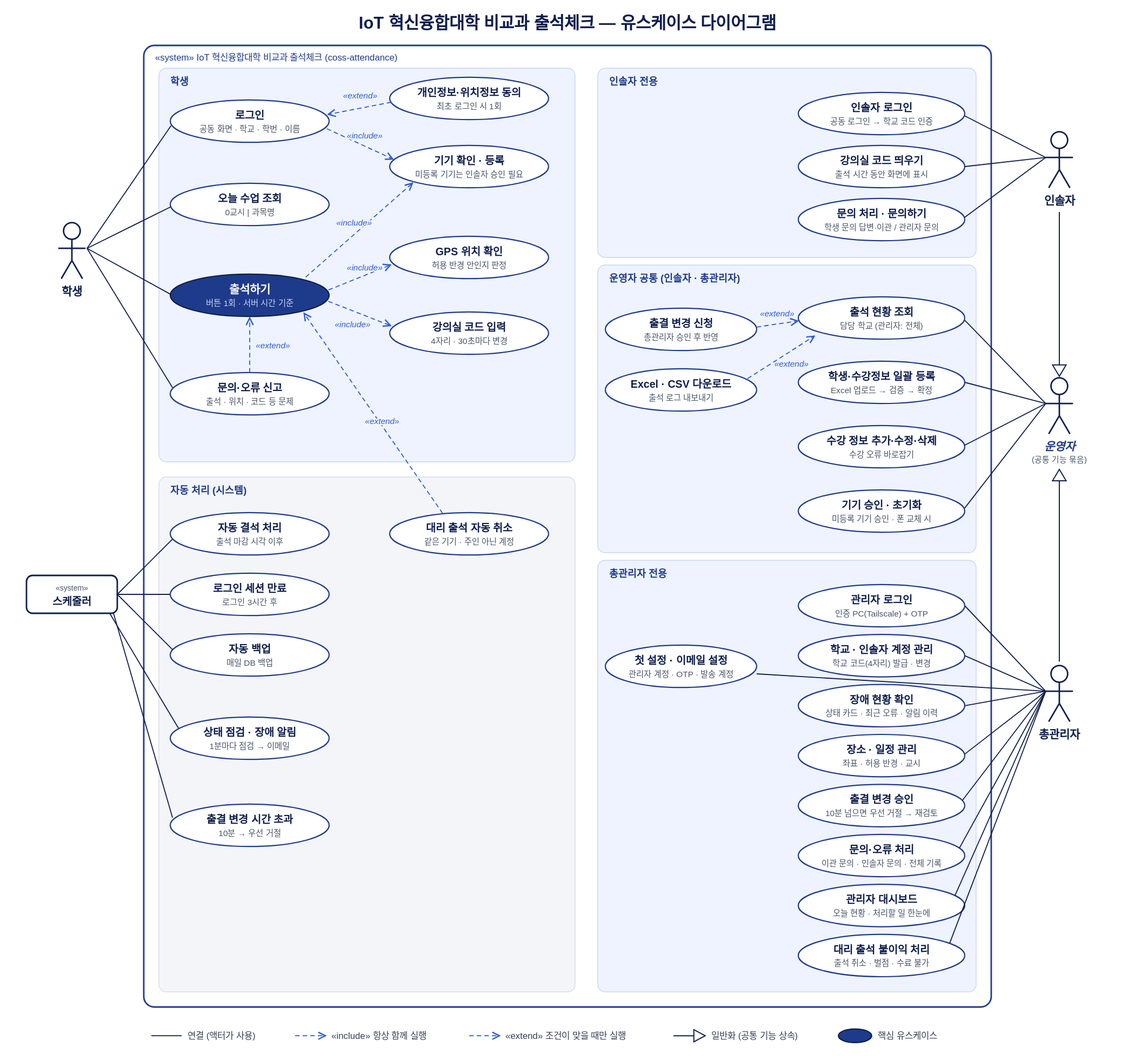
The PlantUML diagram docs/diagrams/usecase.svg in KimS2H/coss-attendance, before a commit. Its source is kept beside it as docs/diagrams/usecase.puml. Source of this version:
```plantuml
@startuml usecase
left to right direction
skinparam shadowing false
skinparam defaultFontName "Malgun Gothic"
skinparam usecase {
  BackgroundColor #FFFFFF
  BorderColor #1E3A8A
  FontColor #0F1F4D
}
skinparam actorBorderColor #0F1F4D
skinparam packageBorderColor #C9D6F2
skinparam rectangleBorderColor #1E3A8A
skinparam ArrowColor #0F1F4D

actor "학생" as Student
actor "인솔자" as Leader
actor "운영자\n(공통 기능 묶음)" as Operator <<abstract>>
actor "총관리자" as Admin
actor "스케줄러" as Scheduler <<system>>

Leader --|> Operator
Admin --|> Operator

rectangle "🎓 IoT 혁신융합대학 비교과 출석체크 (coss-attendance)" {

  package "학생" {
    usecase "로그인\n(공동 화면·학교·학번·이름)" as S01
    usecase "개인정보·위치정보 동의\n(최초 1회)" as S02
    usecase "기기 확인·등록\n(미등록 기기는 인솔자 승인)" as S03
    usecase "오늘 수업 조회\n(0교시 | 과목명)" as S04
    usecase "출석하기" as S05 #1E3A8A;text:white
    usecase "GPS 위치 확인" as S06
    usecase "강의실 코드 입력\n(4자리·30초 변경)" as S07
    usecase "문의·오류 신고\n(출석·위치·코드 등)" as S08
  }

  package "인솔자 전용" {
    usecase "인솔자 로그인\n(공동 로그인 → 학교 코드 인증)" as T01
    usecase "강의실 코드 띄우기" as T02
    usecase "문의 처리 · 문의하기\n(학생 문의 답변·이관 / 관리자 문의)" as T03
  }

  package "운영자 공통" {
    usecase "출석 현황 조회\n(담당 학교 / 관리자: 전체)" as O01
    usecase "출결 변경 신청\n(총관리자 승인 후 반영)" as O02
    usecase "Excel·CSV 다운로드" as O03
    usecase "학생·수강정보 일괄 등록\n(Excel)" as O04
    usecase "수강 정보 추가·수정·삭제" as O05
    usecase "기기 승인·초기화\n(미등록 기기 승인·폰 교체)" as O06
  }

  package "총관리자 전용" {
    usecase "관리자 로그인\n(Tailscale + OTP)" as A01
    usecase "학교·인솔자 계정 관리\n(학교 코드 발급·변경)" as A02
    usecase "장애 현황 확인" as A03
    usecase "장소·일정 관리\n(좌표·반경·교시)" as A05
    usecase "출결 변경 승인\n(승인·미승인)" as A06
    usecase "문의·오류 처리\n(이관 문의·인솔자 문의·전체 기록)" as A07
    usecase "관리자 대시보드" as A08
    usecase "대리 출석 불이익 처리\n(벌점·수료 불가)" as A09
    usecase "첫 설정 · 이메일 설정\n(관리자 계정·OTP·발송 계정)" as A10
  }

  package "자동 처리" {
    usecase "자동 결석 처리" as X01
    usecase "로그인 세션 만료\n(3시간)" as X02
    usecase "자동 백업" as X03
    usecase "상태 점검·장애 알림\n(1분마다 → 이메일)" as X04
    usecase "대리 출석 자동 취소\n(같은 기기 · 주인 아닌 계정)" as X06
    usecase "출결 변경 시간 초과 처리\n(10분 → 우선 거절)" as X07
  }
}

Student --> S01
Student --> S04
Student --> S05
Student --> S08
S01 ..> S03 : <<include>>
S02 ..> S01 : <<extend>>
S05 ..> S03 : <<include>>
S05 ..> S06 : <<include>>
S05 ..> S07 : <<include>>
S08 ..> S05 : <<extend>>

Leader --> T01
Leader --> T02
Leader --> T03

Operator --> O01
Operator --> O04
Operator --> O05
Operator --> O06
O02 ..> O01 : <<extend>>
O03 ..> O01 : <<extend>>

Admin --> A01
Admin --> A02
Admin --> A03
Admin --> A05
Admin --> A06
Admin --> A07
Admin --> A08
Admin --> A09
Admin --> A10

Scheduler --> X01
Scheduler --> X02
Scheduler --> X03
Scheduler --> X07
Scheduler --> X04
X06 ..> S05 : <<extend>>

@enduml
```
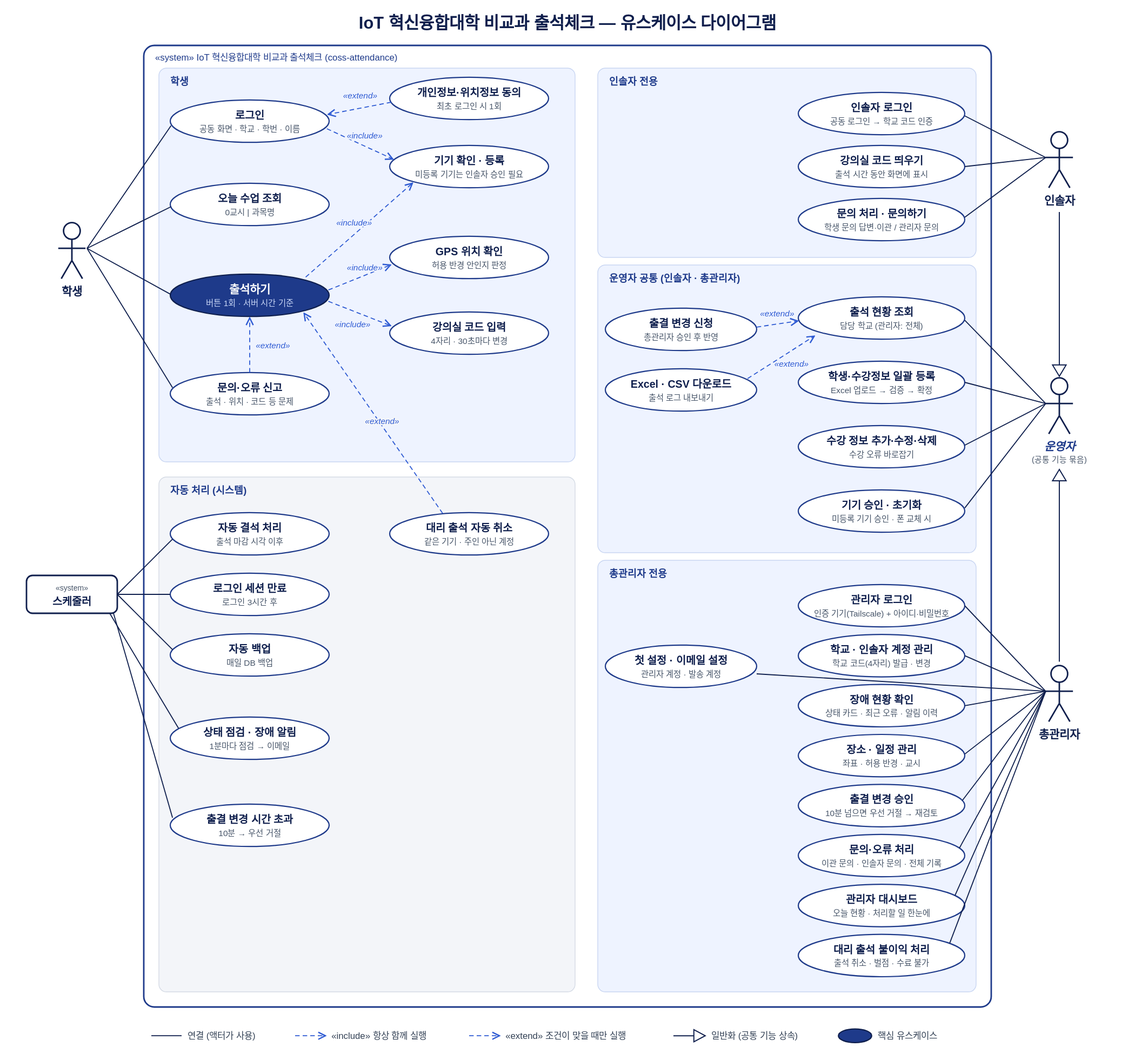
The same file after the commit.

What changed in the source:
```diff
@@ -50,7 +50,7 @@
   }
 
   package "총관리자 전용" {
-    usecase "관리자 로그인\n(Tailscale + OTP)" as A01
+    usecase "관리자 로그인\n(Tailscale + 아이디·비밀번호)" as A01
     usecase "학교·인솔자 계정 관리\n(학교 코드 발급·변경)" as A02
     usecase "장애 현황 확인" as A03
     usecase "장소·일정 관리\n(좌표·반경·교시)" as A05
@@ -58,7 +58,7 @@
     usecase "문의·오류 처리\n(이관 문의·인솔자 문의·전체 기록)" as A07
     usecase "관리자 대시보드" as A08
     usecase "대리 출석 불이익 처리\n(벌점·수료 불가)" as A09
-    usecase "첫 설정 · 이메일 설정\n(관리자 계정·OTP·발송 계정)" as A10
+    usecase "첫 설정 · 이메일 설정\n(관리자 계정·발송 계정)" as A10
   }
 
   package "자동 처리" {
```
